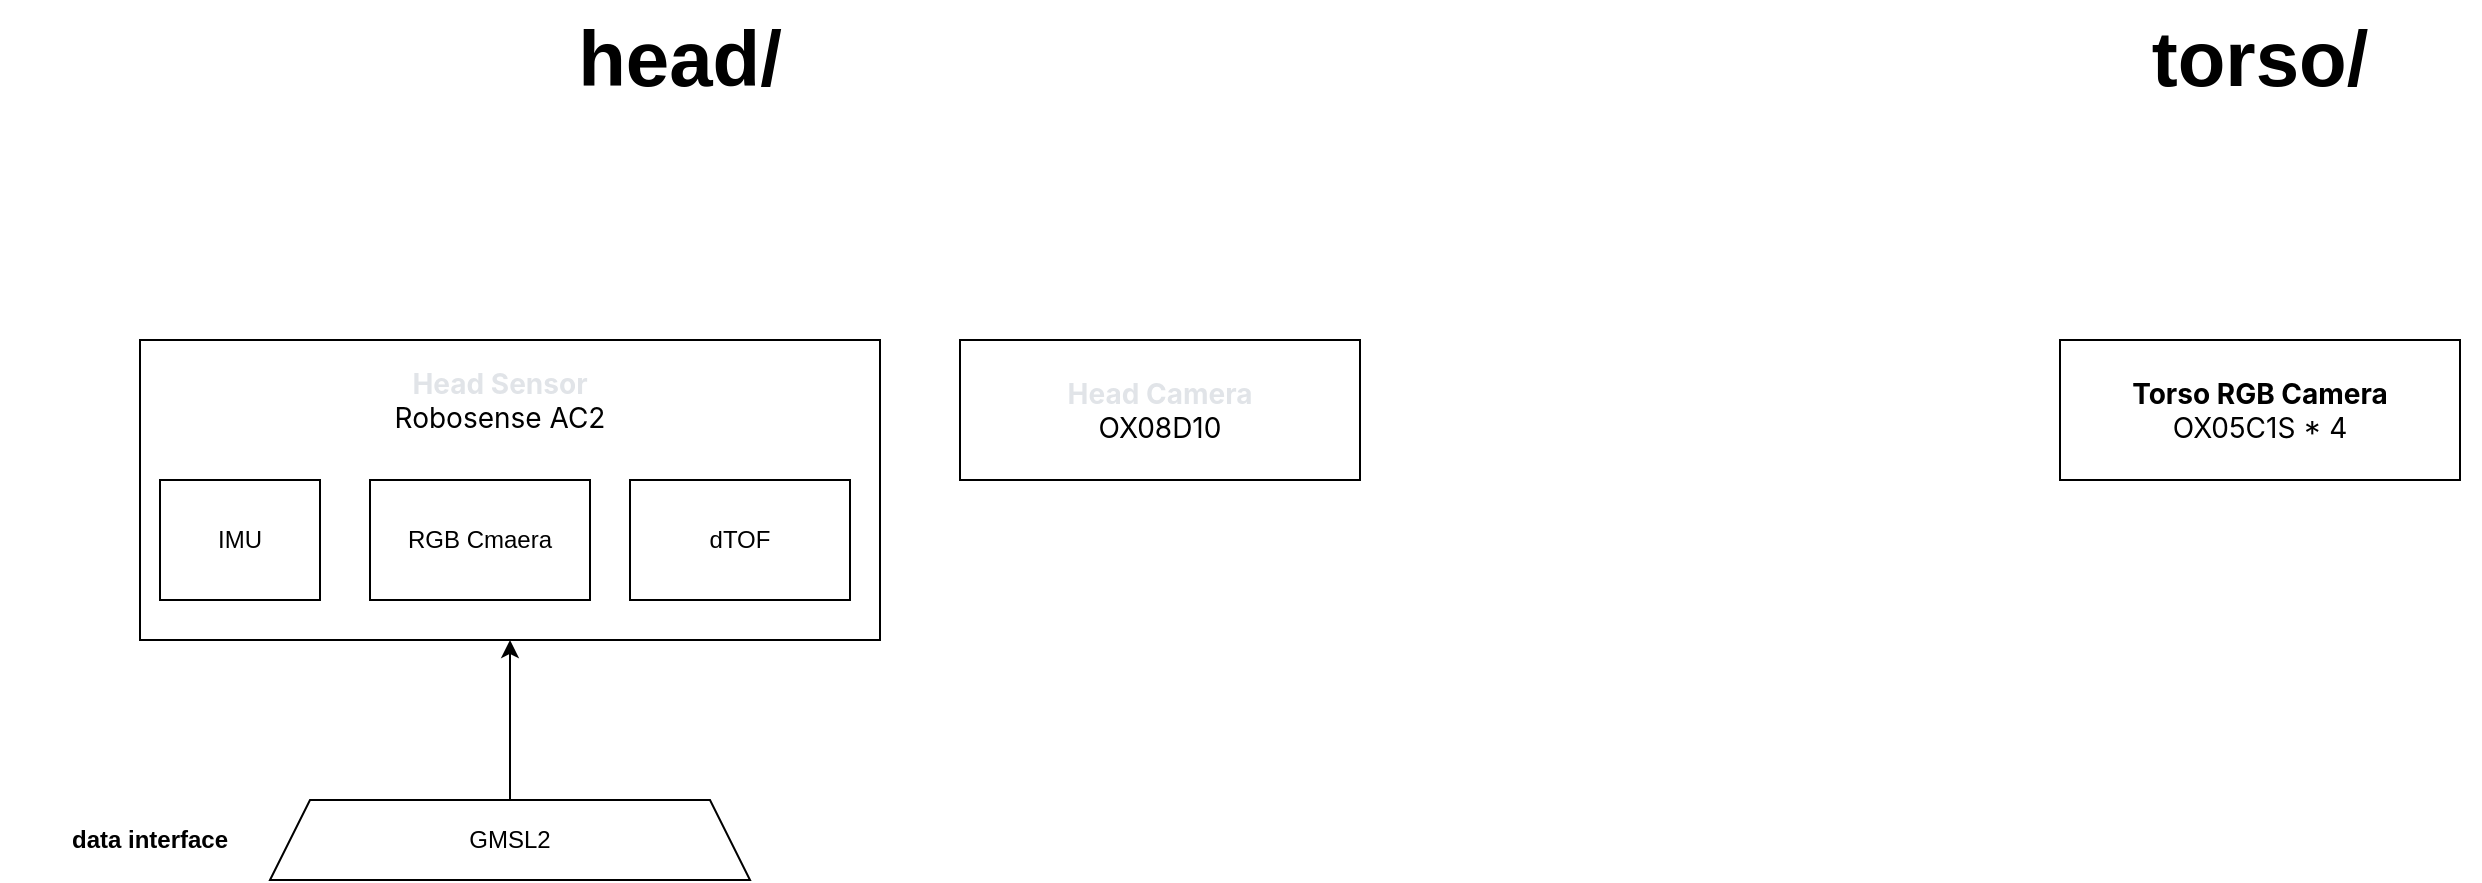
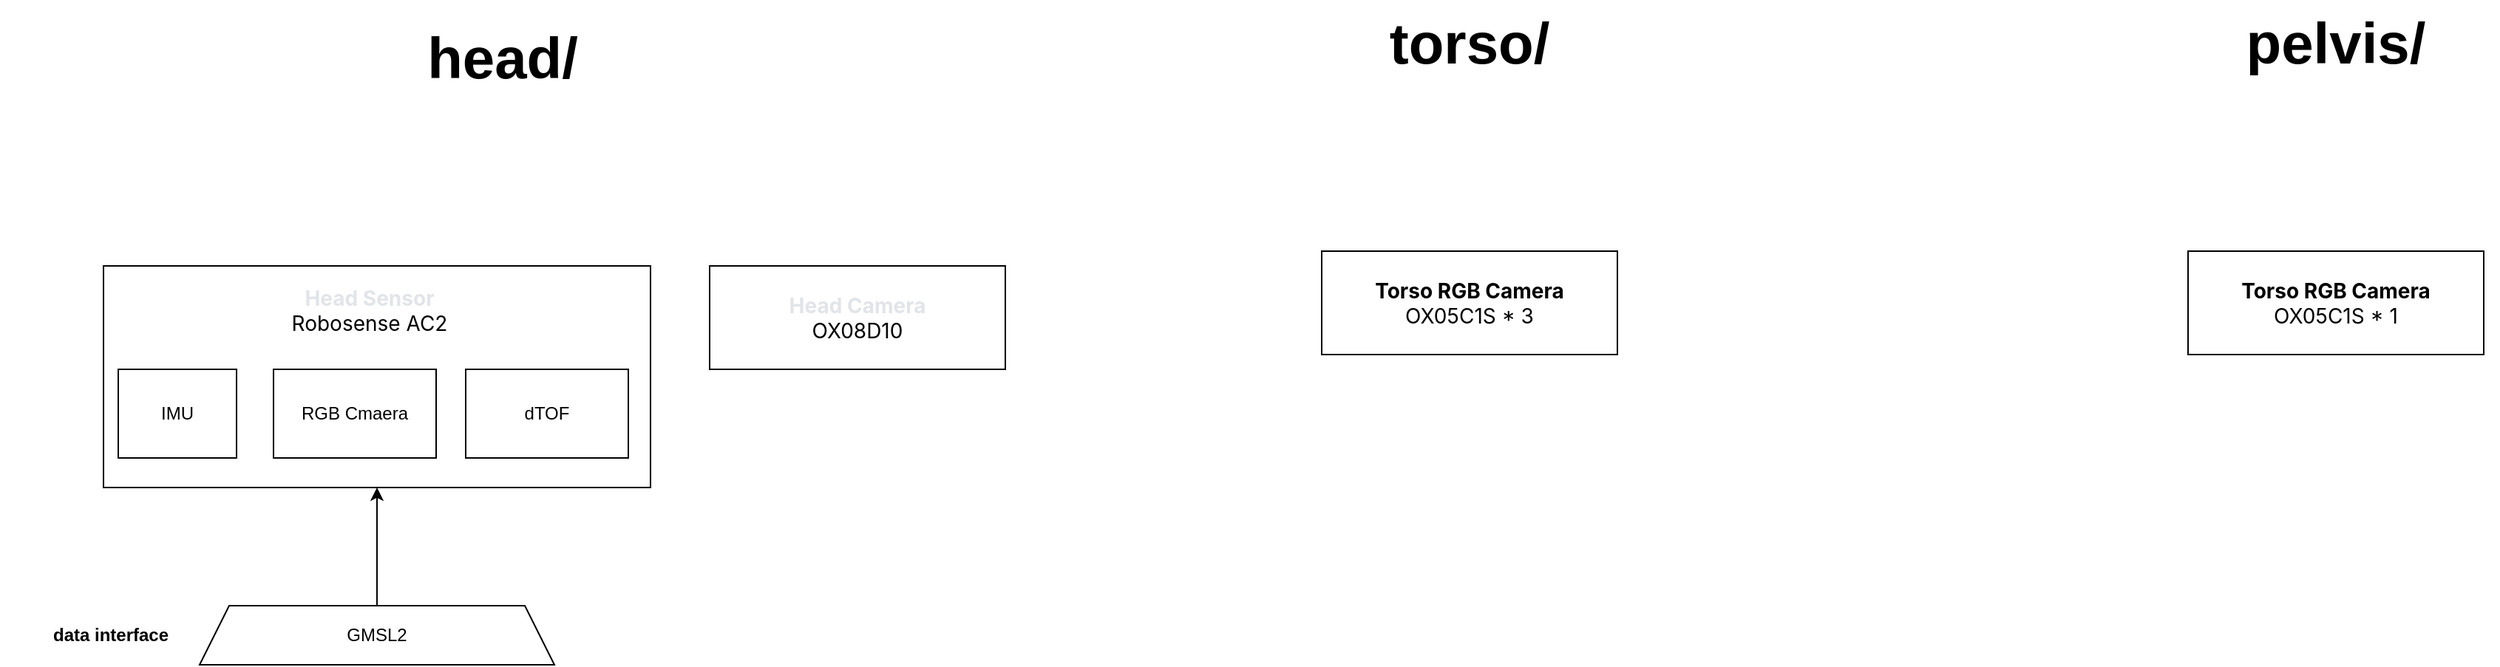
<mxfile host="app.diagrams.net">
  <diagram name="传感器整理" id="LXRXHt9DRMbfsnbOX2XS">
    <mxGraphModel dx="1947" dy="734" grid="1" gridSize="10" guides="1" tooltips="1" connect="1" arrows="1" fold="1" page="1" pageScale="1" pageWidth="827" pageHeight="1169" math="0" shadow="0">
      <root>
        <mxCell id="0" />
        <mxCell id="1" parent="0" />
        <mxCell id="if_Ictj8y_H9tt94Ulmm-2" parent="1" style="rounded=0;whiteSpace=wrap;html=1;" value="" vertex="1">
          <mxGeometry height="150" width="370" x="-610" y="210" as="geometry" />
        </mxCell>
-         <mxCell id="if_Ictj8y_H9tt94Ulmm-3" parent="1" style="rounded=0;whiteSpace=wrap;html=1;align=center;" value="&lt;div style=&quot;&quot;&gt;&lt;span style=&quot;font-family: -apple-system, BlinkMacSystemFont, &amp;quot;Segoe WPC&amp;quot;, &amp;quot;Segoe UI&amp;quot;, system-ui, Ubuntu, &amp;quot;Droid Sans&amp;quot;, sans-serif; font-size: 14px;&quot;&gt;&lt;b&gt;Torso RGB Camera&lt;/b&gt;&lt;/span&gt;&lt;span style=&quot;background-color: transparent; color: light-dark(rgb(0, 0, 0), rgb(255, 255, 255)); font-size: 14px;&quot;&gt;&lt;font face=&quot;-apple-system, BlinkMacSystemFont, Segoe WPC, Segoe UI, system-ui, Ubuntu, Droid Sans, sans-serif&quot;&gt;&lt;/font&gt;&lt;/span&gt;&lt;/div&gt;&lt;div style=&quot;&quot;&gt;&lt;span style=&quot;background-color: transparent; color: light-dark(rgb(0, 0, 0), rgb(255, 255, 255)); font-size: 14px;&quot;&gt;&lt;font face=&quot;-apple-system, BlinkMacSystemFont, Segoe WPC, Segoe UI, system-ui, Ubuntu, Droid Sans, sans-serif&quot;&gt;OX05C1S * 4&lt;/font&gt;&lt;/span&gt;&lt;/div&gt;" vertex="1">
-           <mxGeometry height="70" width="200" x="350" y="210" as="geometry" />
+         <mxCell id="if_Ictj8y_H9tt94Ulmm-3" parent="1" style="rounded=0;whiteSpace=wrap;html=1;align=center;" value="&lt;div style=&quot;&quot;&gt;&lt;span style=&quot;font-family: -apple-system, BlinkMacSystemFont, &amp;quot;Segoe WPC&amp;quot;, &amp;quot;Segoe UI&amp;quot;, system-ui, Ubuntu, &amp;quot;Droid Sans&amp;quot;, sans-serif; font-size: 14px;&quot;&gt;&lt;b&gt;Torso RGB Camera&lt;/b&gt;&lt;/span&gt;&lt;span style=&quot;background-color: transparent; color: light-dark(rgb(0, 0, 0), rgb(255, 255, 255)); font-size: 14px;&quot;&gt;&lt;font face=&quot;-apple-system, BlinkMacSystemFont, Segoe WPC, Segoe UI, system-ui, Ubuntu, Droid Sans, sans-serif&quot;&gt;&lt;/font&gt;&lt;/span&gt;&lt;/div&gt;&lt;div style=&quot;&quot;&gt;&lt;span style=&quot;background-color: transparent; color: light-dark(rgb(0, 0, 0), rgb(255, 255, 255)); font-size: 14px;&quot;&gt;&lt;font face=&quot;-apple-system, BlinkMacSystemFont, Segoe WPC, Segoe UI, system-ui, Ubuntu, Droid Sans, sans-serif&quot;&gt;OX05C1S * 3&lt;/font&gt;&lt;/span&gt;&lt;/div&gt;" vertex="1">
+           <mxGeometry height="70" width="200" x="214" y="200" as="geometry" />
        </mxCell>
        <mxCell id="0J0jtPP8bCpQZUBdG7A1-1" parent="1" style="rounded=0;whiteSpace=wrap;html=1;" value="&lt;div&gt;&lt;span style=&quot;font-family: -apple-system, BlinkMacSystemFont, &amp;quot;Segoe WPC&amp;quot;, &amp;quot;Segoe UI&amp;quot;, system-ui, Ubuntu, &amp;quot;Droid Sans&amp;quot;, sans-serif; font-size: 14px; text-align: start;&quot;&gt;&lt;font style=&quot;color: light-dark(rgb(225, 228, 232), rgb(255, 255, 255));&quot;&gt;&lt;b&gt;Head Camera&lt;/b&gt;&lt;/font&gt;&lt;/span&gt;&lt;/div&gt;&lt;div&gt;&lt;span style=&quot;font-family: -apple-system, BlinkMacSystemFont, &amp;quot;Segoe WPC&amp;quot;, &amp;quot;Segoe UI&amp;quot;, system-ui, Ubuntu, &amp;quot;Droid Sans&amp;quot;, sans-serif; font-size: 14px; text-align: start;&quot;&gt;OX08D10&lt;/span&gt;&lt;/div&gt;" vertex="1">
          <mxGeometry height="70" width="200" x="-200" y="210" as="geometry" />
        </mxCell>
        <mxCell id="0J0jtPP8bCpQZUBdG7A1-2" parent="1" style="rounded=0;whiteSpace=wrap;html=1;" value="IMU" vertex="1">
          <mxGeometry height="60" width="80" x="-600" y="280" as="geometry" />
        </mxCell>
        <mxCell id="0J0jtPP8bCpQZUBdG7A1-6" parent="1" style="rounded=0;whiteSpace=wrap;html=1;" value="RGB Cmaera" vertex="1">
          <mxGeometry height="60" width="110" x="-495" y="280" as="geometry" />
        </mxCell>
        <mxCell id="0J0jtPP8bCpQZUBdG7A1-8" parent="1" style="rounded=0;whiteSpace=wrap;html=1;" value="dTOF" vertex="1">
          <mxGeometry height="60" width="110" x="-365" y="280" as="geometry" />
        </mxCell>
        <mxCell id="0J0jtPP8bCpQZUBdG7A1-10" parent="1" style="text;html=1;whiteSpace=wrap;strokeColor=none;fillColor=none;align=center;verticalAlign=middle;rounded=0;" value="&lt;div&gt;&lt;span style=&quot;font-family: -apple-system, BlinkMacSystemFont, &amp;quot;Segoe WPC&amp;quot;, &amp;quot;Segoe UI&amp;quot;, system-ui, Ubuntu, &amp;quot;Droid Sans&amp;quot;, sans-serif; font-size: 14px; text-align: start;&quot;&gt;&lt;font style=&quot;color: light-dark(rgb(225, 228, 232), rgb(255, 255, 255));&quot;&gt;&lt;b&gt;Head Sensor&lt;/b&gt;&lt;/font&gt;&lt;/span&gt;&lt;/div&gt;&lt;div&gt;&lt;span style=&quot;font-family: -apple-system, BlinkMacSystemFont, &amp;quot;Segoe WPC&amp;quot;, &amp;quot;Segoe UI&amp;quot;, system-ui, Ubuntu, &amp;quot;Droid Sans&amp;quot;, sans-serif; font-size: 14px; text-align: start;&quot;&gt;Robosense AC2&lt;/span&gt;&lt;/div&gt;" vertex="1">
          <mxGeometry height="60" width="130" x="-495" y="210" as="geometry" />
        </mxCell>
        <mxCell id="0J0jtPP8bCpQZUBdG7A1-12" edge="1" parent="1" source="0J0jtPP8bCpQZUBdG7A1-11" style="edgeStyle=orthogonalEdgeStyle;rounded=0;orthogonalLoop=1;jettySize=auto;html=1;exitX=0.5;exitY=0;exitDx=0;exitDy=0;entryX=0.5;entryY=1;entryDx=0;entryDy=0;" target="if_Ictj8y_H9tt94Ulmm-2">
          <mxGeometry relative="1" as="geometry" />
        </mxCell>
        <mxCell id="0J0jtPP8bCpQZUBdG7A1-11" parent="1" style="shape=trapezoid;perimeter=trapezoidPerimeter;whiteSpace=wrap;html=1;fixedSize=1;" value="GMSL2" vertex="1">
          <mxGeometry height="40" width="240" x="-545" y="440" as="geometry" />
        </mxCell>
        <mxCell id="0J0jtPP8bCpQZUBdG7A1-13" parent="1" style="text;html=1;whiteSpace=wrap;strokeColor=none;fillColor=none;align=center;verticalAlign=middle;rounded=0;" value="&lt;b&gt;data interface&lt;/b&gt;" vertex="1">
          <mxGeometry height="40" width="150" x="-680" y="440" as="geometry" />
        </mxCell>
        <mxCell id="0J0jtPP8bCpQZUBdG7A1-14" parent="1" style="text;html=1;whiteSpace=wrap;strokeColor=none;fillColor=none;align=center;verticalAlign=middle;rounded=0;fontSize=39;" value="&lt;b&gt;head/&lt;/b&gt;" vertex="1">
          <mxGeometry height="60" width="220" x="-450" y="40" as="geometry" />
        </mxCell>
        <mxCell id="0J0jtPP8bCpQZUBdG7A1-16" parent="1" style="text;html=1;whiteSpace=wrap;strokeColor=none;fillColor=none;align=center;verticalAlign=middle;rounded=0;fontSize=39;" value="&lt;b&gt;torso/&lt;/b&gt;" vertex="1">
-           <mxGeometry height="60" width="220" x="340" y="40" as="geometry" />
+           <mxGeometry height="60" width="220" x="204" y="30" as="geometry" />
+         </mxCell>
+         <mxCell id="0J0jtPP8bCpQZUBdG7A1-17" parent="1" style="text;html=1;whiteSpace=wrap;strokeColor=none;fillColor=none;align=center;verticalAlign=middle;rounded=0;fontSize=39;" value="&lt;b&gt;pelvis/&lt;/b&gt;" vertex="1">
+           <mxGeometry height="60" width="220" x="790" y="30" as="geometry" />
+         </mxCell>
+         <mxCell id="0J0jtPP8bCpQZUBdG7A1-18" parent="1" style="rounded=0;whiteSpace=wrap;html=1;align=center;" value="&lt;div style=&quot;&quot;&gt;&lt;span style=&quot;font-family: -apple-system, BlinkMacSystemFont, &amp;quot;Segoe WPC&amp;quot;, &amp;quot;Segoe UI&amp;quot;, system-ui, Ubuntu, &amp;quot;Droid Sans&amp;quot;, sans-serif; font-size: 14px;&quot;&gt;&lt;b&gt;Torso RGB Camera&lt;/b&gt;&lt;/span&gt;&lt;span style=&quot;background-color: transparent; color: light-dark(rgb(0, 0, 0), rgb(255, 255, 255)); font-size: 14px;&quot;&gt;&lt;font face=&quot;-apple-system, BlinkMacSystemFont, Segoe WPC, Segoe UI, system-ui, Ubuntu, Droid Sans, sans-serif&quot;&gt;&lt;/font&gt;&lt;/span&gt;&lt;/div&gt;&lt;div style=&quot;&quot;&gt;&lt;span style=&quot;background-color: transparent; color: light-dark(rgb(0, 0, 0), rgb(255, 255, 255)); font-size: 14px;&quot;&gt;&lt;font face=&quot;-apple-system, BlinkMacSystemFont, Segoe WPC, Segoe UI, system-ui, Ubuntu, Droid Sans, sans-serif&quot;&gt;OX05C1S * 1&lt;/font&gt;&lt;/span&gt;&lt;/div&gt;" vertex="1">
+           <mxGeometry height="70" width="200" x="800" y="200" as="geometry" />
        </mxCell>
      </root>
    </mxGraphModel>
  </diagram>
</mxfile>
